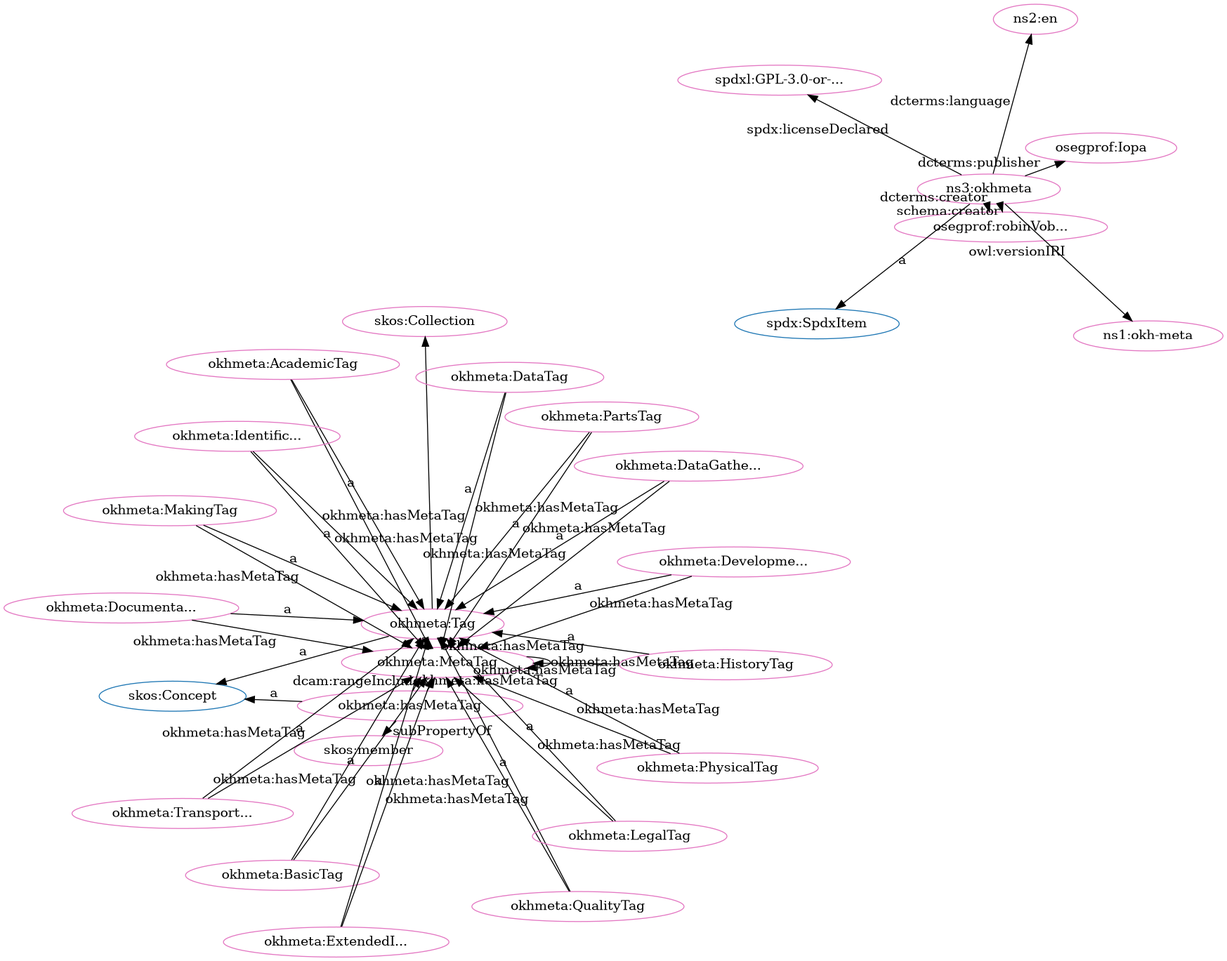
This is src/spec/fdp_okh-meta-clean.png from iop-alliance/OpenKnowHow, a Graphviz export, as it was before one commit. Its source is kept beside it as src/spec/fdp_okh-meta-clean.dot.
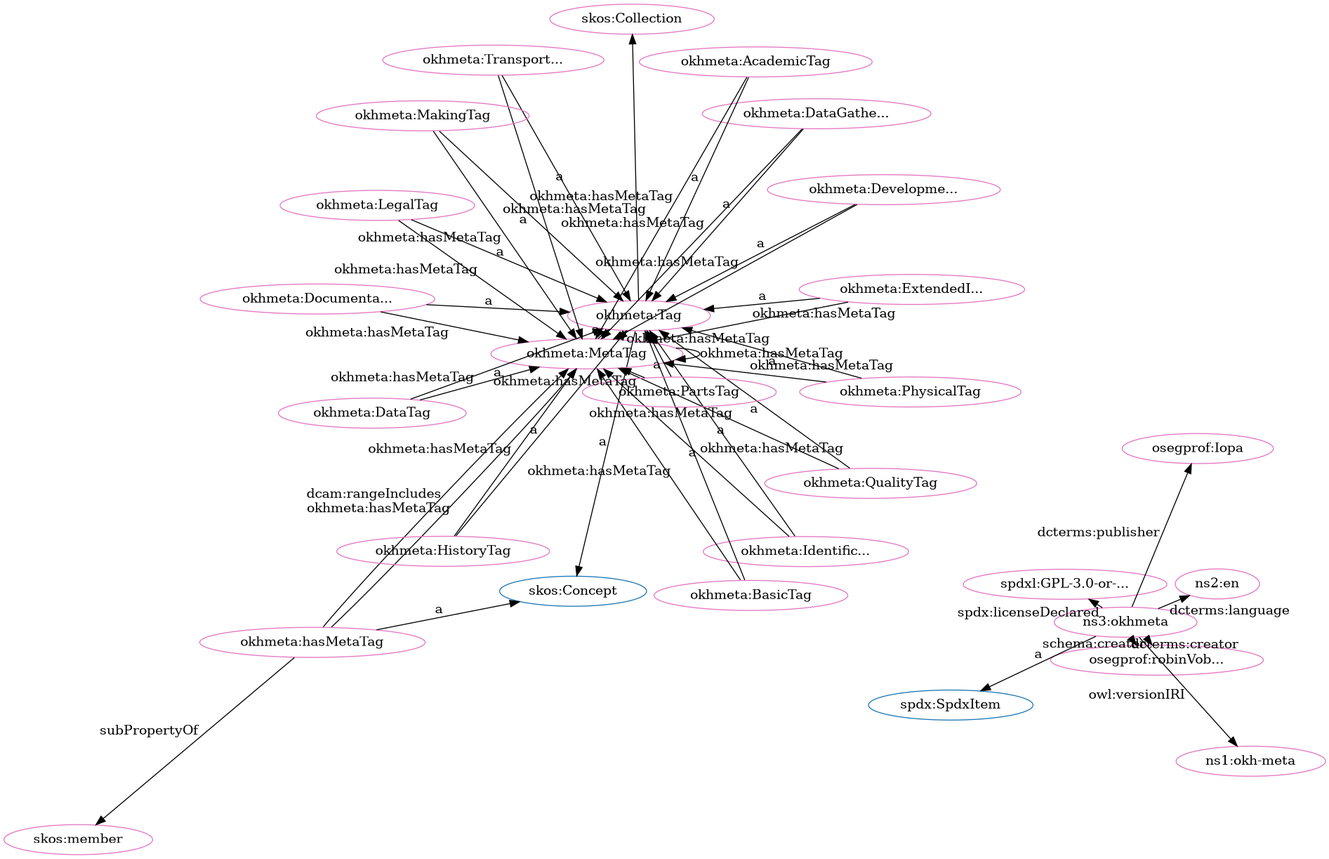
Above is the later version.

Change to the diagram source:
```diff
@@ -1,80 +1,80 @@
 digraph G {
   rankdir=BT
   node[height=.3]
+"http://www.w3.org/2004/02/skos/core#Concept" [fillcolor="#1f77b4" color="#1f77b4" label="skos:Concept"]
+"http://w3id.org/oseg/ont/okhmeta#Tag" [fillcolor="#1f77b4" color="#1f77b4" label="okhmeta:Tag"]
+"http://spdx.org/rdf/terms#SpdxItem" [fillcolor="#1f77b4" color="#1f77b4" label="spdx:SpdxItem"]
 "http://www.w3.org/2004/02/skos/core#Collection" [fillcolor="#1f77b4" color="#1f77b4" label="skos:Collection"]
-"http://w3id.org/oseg/ont/okhmeta#Tag" [fillcolor="#1f77b4" color="#1f77b4" label="okhmeta:Tag"]
-"http://www.w3.org/2004/02/skos/core#Concept" [fillcolor="#1f77b4" color="#1f77b4" label="skos:Concept"]
-"http://spdx.org/rdf/terms#SpdxItem" [fillcolor="#1f77b4" color="#1f77b4" label="spdx:SpdxItem"]
+"http://w3id.org/oseg/ont/okhmeta#hasMetaTag" [fillcolor="#e377c2" color="#e377c2" label="okhmeta:hasMetaTag"]
+"http://w3id.org/oseg/ont/okhmeta#DevelopmentTag" [fillcolor="#e377c2" color="#e377c2" label="okhmeta:Developme..."]
+"http://w3id.org/oseg/ont/okhmeta#MetaTag" [fillcolor="#e377c2" color="#e377c2" label="okhmeta:MetaTag"]
+"http://w3id.org/oseg/ont/okhmeta#LegalTag" [fillcolor="#e377c2" color="#e377c2" label="okhmeta:LegalTag"]
 "http://w3id.org/oseg/ont/1.1.0/okh-meta" [fillcolor="#e377c2" color="#e377c2" label="ns1:okh-meta"]
+"http://w3id.org/oseg/ont/okhmeta#IdentificationTag" [fillcolor="#e377c2" color="#e377c2" label="okhmeta:Identific..."]
 "http://w3id.org/oseg/ont/oseg-profiles#robinVobruba" [fillcolor="#e377c2" color="#e377c2" label="osegprof:robinVob..."]
-"http://w3id.org/oseg/ont/okhmeta#MetaTag" [fillcolor="#e377c2" color="#e377c2" label="okhmeta:MetaTag"]
+"http://w3id.org/oseg/ont/okhmeta#HistoryTag" [fillcolor="#e377c2" color="#e377c2" label="okhmeta:HistoryTag"]
+"http://spdx.org/licenses/GPL-3.0-or-later" [fillcolor="#e377c2" color="#e377c2" label="spdxl:GPL-3.0-or-..."]
+"http://w3id.org/oseg/ont/okhmeta#QualityTag" [fillcolor="#e377c2" color="#e377c2" label="okhmeta:QualityTag"]
+"http://www.w3.org/2004/02/skos/core#member" [fillcolor="#e377c2" color="#e377c2" label="skos:member"]
+"http://w3id.org/oseg/ont/oseg-profiles#Iopa" [fillcolor="#e377c2" color="#e377c2" label="osegprof:Iopa"]
+"http://id.loc.gov/vocabulary/iso639-1/en" [fillcolor="#e377c2" color="#e377c2" label="ns2:en"]
+"http://w3id.org/oseg/ont/okhmeta" [fillcolor="#e377c2" color="#e377c2" label="ns3:okhmeta"]
 "http://w3id.org/oseg/ont/okhmeta#DataTag" [fillcolor="#e377c2" color="#e377c2" label="okhmeta:DataTag"]
-"http://w3id.org/oseg/ont/okhmeta#hasMetaTag" [fillcolor="#e377c2" color="#e377c2" label="okhmeta:hasMetaTag"]
-"http://spdx.org/licenses/GPL-3.0-or-later" [fillcolor="#e377c2" color="#e377c2" label="spdxl:GPL-3.0-or-..."]
+"http://w3id.org/oseg/ont/okhmeta#DataGatheringTag" [fillcolor="#e377c2" color="#e377c2" label="okhmeta:DataGathe..."]
+"http://w3id.org/oseg/ont/okhmeta#AcademicTag" [fillcolor="#e377c2" color="#e377c2" label="okhmeta:AcademicTag"]
+"http://www.w3.org/2004/02/skos/core#Collection" [fillcolor="#e377c2" color="#e377c2" label="skos:Collection"]
+"http://w3id.org/oseg/ont/okhmeta#TransportationTag" [fillcolor="#e377c2" color="#e377c2" label="okhmeta:Transport..."]
+"http://w3id.org/oseg/ont/okhmeta#Tag" [fillcolor="#e377c2" color="#e377c2" label="okhmeta:Tag"]
+"http://w3id.org/oseg/ont/okhmeta#PhysicalTag" [fillcolor="#e377c2" color="#e377c2" label="okhmeta:PhysicalTag"]
 "http://w3id.org/oseg/ont/okhmeta#BasicTag" [fillcolor="#e377c2" color="#e377c2" label="okhmeta:BasicTag"]
+"http://w3id.org/oseg/ont/okhmeta#MakingTag" [fillcolor="#e377c2" color="#e377c2" label="okhmeta:MakingTag"]
+"http://w3id.org/oseg/ont/okhmeta#DocumentationTag" [fillcolor="#e377c2" color="#e377c2" label="okhmeta:Documenta..."]
 "http://w3id.org/oseg/ont/okhmeta#ExtendedInfoTag" [fillcolor="#e377c2" color="#e377c2" label="okhmeta:ExtendedI..."]
-"http://w3id.org/oseg/ont/okhmeta#DocumentationTag" [fillcolor="#e377c2" color="#e377c2" label="okhmeta:Documenta..."]
-"http://w3id.org/oseg/ont/okhmeta#TransportationTag" [fillcolor="#e377c2" color="#e377c2" label="okhmeta:Transport..."]
-"http://id.loc.gov/vocabulary/iso639-1/en" [fillcolor="#e377c2" color="#e377c2" label="ns2:en"]
-"http://w3id.org/oseg/ont/oseg-profiles#Iopa" [fillcolor="#e377c2" color="#e377c2" label="osegprof:Iopa"]
-"http://w3id.org/oseg/ont/okhmeta#QualityTag" [fillcolor="#e377c2" color="#e377c2" label="okhmeta:QualityTag"]
-"http://w3id.org/oseg/ont/okhmeta#HistoryTag" [fillcolor="#e377c2" color="#e377c2" label="okhmeta:HistoryTag"]
-"http://w3id.org/oseg/ont/okhmeta#AcademicTag" [fillcolor="#e377c2" color="#e377c2" label="okhmeta:AcademicTag"]
-"http://w3id.org/oseg/ont/okhmeta#DevelopmentTag" [fillcolor="#e377c2" color="#e377c2" label="okhmeta:Developme..."]
-"http://www.w3.org/2004/02/skos/core#Collection" [fillcolor="#e377c2" color="#e377c2" label="skos:Collection"]
-"http://w3id.org/oseg/ont/okhmeta#DataGatheringTag" [fillcolor="#e377c2" color="#e377c2" label="okhmeta:DataGathe..."]
-"http://w3id.org/oseg/ont/okhmeta#PhysicalTag" [fillcolor="#e377c2" color="#e377c2" label="okhmeta:PhysicalTag"]
-"http://w3id.org/oseg/ont/okhmeta#LegalTag" [fillcolor="#e377c2" color="#e377c2" label="okhmeta:LegalTag"]
-"http://w3id.org/oseg/ont/okhmeta" [fillcolor="#e377c2" color="#e377c2" label="ns3:okhmeta"]
-"http://w3id.org/oseg/ont/okhmeta#MakingTag" [fillcolor="#e377c2" color="#e377c2" label="okhmeta:MakingTag"]
-"http://w3id.org/oseg/ont/okhmeta#IdentificationTag" [fillcolor="#e377c2" color="#e377c2" label="okhmeta:Identific..."]
 "http://w3id.org/oseg/ont/okhmeta#PartsTag" [fillcolor="#e377c2" color="#e377c2" label="okhmeta:PartsTag"]
-"http://w3id.org/oseg/ont/okhmeta#Tag" [fillcolor="#e377c2" color="#e377c2" label="okhmeta:Tag"]
-"http://www.w3.org/2004/02/skos/core#member" [fillcolor="#e377c2" color="#e377c2" label="skos:member"]
+  "http://w3id.org/oseg/ont/okhmeta#AcademicTag" -> "http://w3id.org/oseg/ont/okhmeta#MetaTag" [label="okhmeta:hasMetaTag"]
+  "http://w3id.org/oseg/ont/okhmeta#DataTag" -> "http://w3id.org/oseg/ont/okhmeta#MetaTag" [label="okhmeta:hasMetaTag"]
+  "http://w3id.org/oseg/ont/okhmeta#HistoryTag" -> "http://w3id.org/oseg/ont/okhmeta#Tag" [label="a"]
+  "http://w3id.org/oseg/ont/okhmeta#DevelopmentTag" -> "http://w3id.org/oseg/ont/okhmeta#MetaTag" [label="okhmeta:hasMetaTag"]
+  "http://w3id.org/oseg/ont/okhmeta#LegalTag" -> "http://w3id.org/oseg/ont/okhmeta#MetaTag" [label="okhmeta:hasMetaTag"]
+  "http://w3id.org/oseg/ont/okhmeta" -> "http://w3id.org/oseg/ont/oseg-profiles#Iopa" [label="dcterms:publisher"]
+  "http://w3id.org/oseg/ont/okhmeta" -> "http://id.loc.gov/vocabulary/iso639-1/en" [label="dcterms:language"]
+  "http://w3id.org/oseg/ont/okhmeta" -> "http://spdx.org/rdf/terms#SpdxItem" [label="a"]
+  "http://w3id.org/oseg/ont/okhmeta#DataTag" -> "http://w3id.org/oseg/ont/okhmeta#Tag" [label="a"]
+  "http://w3id.org/oseg/ont/okhmeta#hasMetaTag" -> "http://w3id.org/oseg/ont/okhmeta#MetaTag" [label="dcam:rangeIncludes"]
+  "http://w3id.org/oseg/ont/okhmeta#IdentificationTag" -> "http://w3id.org/oseg/ont/okhmeta#MetaTag" [label="okhmeta:hasMetaTag"]
+  "http://w3id.org/oseg/ont/okhmeta#ExtendedInfoTag" -> "http://w3id.org/oseg/ont/okhmeta#MetaTag" [label="okhmeta:hasMetaTag"]
+  "http://w3id.org/oseg/ont/okhmeta#Tag" -> "http://www.w3.org/2004/02/skos/core#Concept" [label="a"]
+  "http://w3id.org/oseg/ont/okhmeta#QualityTag" -> "http://w3id.org/oseg/ont/okhmeta#MetaTag" [label="okhmeta:hasMetaTag"]
+  "http://w3id.org/oseg/ont/okhmeta#PhysicalTag" -> "http://w3id.org/oseg/ont/okhmeta#Tag" [label="a"]
+  "http://w3id.org/oseg/ont/okhmeta#MetaTag" -> "http://w3id.org/oseg/ont/okhmeta#MetaTag" [label="okhmeta:hasMetaTag"]
+  "http://w3id.org/oseg/ont/okhmeta#MakingTag" -> "http://w3id.org/oseg/ont/okhmeta#Tag" [label="a"]
+  "http://w3id.org/oseg/ont/okhmeta" -> "http://w3id.org/oseg/ont/oseg-profiles#robinVobruba" [label="schema:creator"]
+  "http://w3id.org/oseg/ont/okhmeta#PartsTag" -> "http://w3id.org/oseg/ont/okhmeta#Tag" [label="a"]
+  "http://w3id.org/oseg/ont/okhmeta#hasMetaTag" -> "http://www.w3.org/2004/02/skos/core#Concept" [label="a"]
+  "http://w3id.org/oseg/ont/okhmeta#DevelopmentTag" -> "http://w3id.org/oseg/ont/okhmeta#Tag" [label="a"]
+  "http://w3id.org/oseg/ont/okhmeta#LegalTag" -> "http://w3id.org/oseg/ont/okhmeta#Tag" [label="a"]
+  "http://w3id.org/oseg/ont/okhmeta#Tag" -> "http://w3id.org/oseg/ont/okhmeta#MetaTag" [label="okhmeta:hasMetaTag"]
+  "http://w3id.org/oseg/ont/okhmeta#DataGatheringTag" -> "http://w3id.org/oseg/ont/okhmeta#MetaTag" [label="okhmeta:hasMetaTag"]
   "http://w3id.org/oseg/ont/okhmeta" -> "http://w3id.org/oseg/ont/1.1.0/okh-meta" [label="owl:versionIRI"]
-  "http://w3id.org/oseg/ont/okhmeta" -> "http://w3id.org/oseg/ont/oseg-profiles#robinVobruba" [label="schema:creator"]
+  "http://w3id.org/oseg/ont/okhmeta#TransportationTag" -> "http://w3id.org/oseg/ont/okhmeta#MetaTag" [label="okhmeta:hasMetaTag"]
+  "http://w3id.org/oseg/ont/okhmeta#IdentificationTag" -> "http://w3id.org/oseg/ont/okhmeta#Tag" [label="a"]
+  "http://w3id.org/oseg/ont/okhmeta" -> "http://w3id.org/oseg/ont/oseg-profiles#robinVobruba" [label="dcterms:creator"]
+  "http://w3id.org/oseg/ont/okhmeta#DocumentationTag" -> "http://w3id.org/oseg/ont/okhmeta#MetaTag" [label="okhmeta:hasMetaTag"]
+  "http://w3id.org/oseg/ont/okhmeta" -> "http://spdx.org/licenses/GPL-3.0-or-later" [label="spdx:licenseDeclared"]
+  "http://w3id.org/oseg/ont/okhmeta#QualityTag" -> "http://w3id.org/oseg/ont/okhmeta#Tag" [label="a"]
+  "http://w3id.org/oseg/ont/okhmeta#MetaTag" -> "http://w3id.org/oseg/ont/okhmeta#Tag" [label="a"]
+  "http://w3id.org/oseg/ont/okhmeta#hasMetaTag" -> "http://www.w3.org/2004/02/skos/core#member" [label="subPropertyOf"]
+  "http://w3id.org/oseg/ont/okhmeta#DataGatheringTag" -> "http://w3id.org/oseg/ont/okhmeta#Tag" [label="a"]
+  "http://w3id.org/oseg/ont/okhmeta#hasMetaTag" -> "http://w3id.org/oseg/ont/okhmeta#MetaTag" [label="okhmeta:hasMetaTag"]
+  "http://w3id.org/oseg/ont/okhmeta#AcademicTag" -> "http://w3id.org/oseg/ont/okhmeta#Tag" [label="a"]
+  "http://w3id.org/oseg/ont/okhmeta#PhysicalTag" -> "http://w3id.org/oseg/ont/okhmeta#MetaTag" [label="okhmeta:hasMetaTag"]
+  "http://w3id.org/oseg/ont/okhmeta#Tag" -> "http://www.w3.org/2004/02/skos/core#Collection" [label=""]
+  "http://w3id.org/oseg/ont/okhmeta#BasicTag" -> "http://w3id.org/oseg/ont/okhmeta#MetaTag" [label="okhmeta:hasMetaTag"]
+  "http://w3id.org/oseg/ont/okhmeta#TransportationTag" -> "http://w3id.org/oseg/ont/okhmeta#Tag" [label="a"]
+  "http://w3id.org/oseg/ont/okhmeta#MakingTag" -> "http://w3id.org/oseg/ont/okhmeta#MetaTag" [label="okhmeta:hasMetaTag"]
   "http://w3id.org/oseg/ont/okhmeta#HistoryTag" -> "http://w3id.org/oseg/ont/okhmeta#MetaTag" [label="okhmeta:hasMetaTag"]
-  "http://w3id.org/oseg/ont/okhmeta" -> "http://w3id.org/oseg/ont/oseg-profiles#robinVobruba" [label="dcterms:creator"]
-  "http://w3id.org/oseg/ont/okhmeta#DataTag" -> "http://w3id.org/oseg/ont/okhmeta#Tag" [label="a"]
-  "http://w3id.org/oseg/ont/okhmeta#hasMetaTag" -> "http://www.w3.org/2004/02/skos/core#Concept" [label="a"]
+  "http://w3id.org/oseg/ont/okhmeta#PartsTag" -> "http://w3id.org/oseg/ont/okhmeta#MetaTag" [label="okhmeta:hasMetaTag"]
   "http://w3id.org/oseg/ont/okhmeta#BasicTag" -> "http://w3id.org/oseg/ont/okhmeta#Tag" [label="a"]
-  "http://w3id.org/oseg/ont/okhmeta#TransportationTag" -> "http://w3id.org/oseg/ont/okhmeta#Tag" [label="a"]
-  "http://w3id.org/oseg/ont/okhmeta" -> "http://w3id.org/oseg/ont/oseg-profiles#Iopa" [label="dcterms:publisher"]
-  "http://w3id.org/oseg/ont/okhmeta#QualityTag" -> "http://w3id.org/oseg/ont/okhmeta#Tag" [label="a"]
-  "http://w3id.org/oseg/ont/okhmeta#BasicTag" -> "http://w3id.org/oseg/ont/okhmeta#MetaTag" [label="okhmeta:hasMetaTag"]
-  "http://w3id.org/oseg/ont/okhmeta#TransportationTag" -> "http://w3id.org/oseg/ont/okhmeta#MetaTag" [label="okhmeta:hasMetaTag"]
-  "http://w3id.org/oseg/ont/okhmeta#HistoryTag" -> "http://w3id.org/oseg/ont/okhmeta#Tag" [label="a"]
-  "http://w3id.org/oseg/ont/okhmeta#AcademicTag" -> "http://w3id.org/oseg/ont/okhmeta#Tag" [label="a"]
-  "http://w3id.org/oseg/ont/okhmeta#DevelopmentTag" -> "http://w3id.org/oseg/ont/okhmeta#Tag" [label="a"]
-  "http://w3id.org/oseg/ont/okhmeta#Tag" -> "http://www.w3.org/2004/02/skos/core#Collection" [label=""]
-  "http://w3id.org/oseg/ont/okhmeta#DataGatheringTag" -> "http://w3id.org/oseg/ont/okhmeta#Tag" [label="a"]
-  "http://w3id.org/oseg/ont/okhmeta#QualityTag" -> "http://w3id.org/oseg/ont/okhmeta#MetaTag" [label="okhmeta:hasMetaTag"]
-  "http://w3id.org/oseg/ont/okhmeta#DevelopmentTag" -> "http://w3id.org/oseg/ont/okhmeta#MetaTag" [label="okhmeta:hasMetaTag"]
-  "http://w3id.org/oseg/ont/okhmeta#DataGatheringTag" -> "http://w3id.org/oseg/ont/okhmeta#MetaTag" [label="okhmeta:hasMetaTag"]
-  "http://w3id.org/oseg/ont/okhmeta#MakingTag" -> "http://w3id.org/oseg/ont/okhmeta#Tag" [label="a"]
-  "http://w3id.org/oseg/ont/okhmeta#MetaTag" -> "http://w3id.org/oseg/ont/okhmeta#MetaTag" [label="okhmeta:hasMetaTag"]
-  "http://w3id.org/oseg/ont/okhmeta#Tag" -> "http://www.w3.org/2004/02/skos/core#Concept" [label="a"]
-  "http://w3id.org/oseg/ont/okhmeta#hasMetaTag" -> "http://www.w3.org/2004/02/skos/core#member" [label="subPropertyOf"]
-  "http://w3id.org/oseg/ont/okhmeta" -> "http://spdx.org/licenses/GPL-3.0-or-later" [label="spdx:licenseDeclared"]
-  "http://w3id.org/oseg/ont/okhmeta#PartsTag" -> "http://w3id.org/oseg/ont/okhmeta#MetaTag" [label="okhmeta:hasMetaTag"]
+  "http://w3id.org/oseg/ont/okhmeta#DocumentationTag" -> "http://w3id.org/oseg/ont/okhmeta#Tag" [label="a"]
   "http://w3id.org/oseg/ont/okhmeta#ExtendedInfoTag" -> "http://w3id.org/oseg/ont/okhmeta#Tag" [label="a"]
-  "http://w3id.org/oseg/ont/okhmeta#MetaTag" -> "http://w3id.org/oseg/ont/okhmeta#Tag" [label="a"]
-  "http://w3id.org/oseg/ont/okhmeta#Tag" -> "http://w3id.org/oseg/ont/okhmeta#MetaTag" [label="okhmeta:hasMetaTag"]
-  "http://w3id.org/oseg/ont/okhmeta#AcademicTag" -> "http://w3id.org/oseg/ont/okhmeta#MetaTag" [label="okhmeta:hasMetaTag"]
-  "http://w3id.org/oseg/ont/okhmeta#DocumentationTag" -> "http://w3id.org/oseg/ont/okhmeta#Tag" [label="a"]
-  "http://w3id.org/oseg/ont/okhmeta" -> "http://id.loc.gov/vocabulary/iso639-1/en" [label="dcterms:language"]
-  "http://w3id.org/oseg/ont/okhmeta#hasMetaTag" -> "http://w3id.org/oseg/ont/okhmeta#MetaTag" [label="okhmeta:hasMetaTag"]
-  "http://w3id.org/oseg/ont/okhmeta#ExtendedInfoTag" -> "http://w3id.org/oseg/ont/okhmeta#MetaTag" [label="okhmeta:hasMetaTag"]
-  "http://w3id.org/oseg/ont/okhmeta#PhysicalTag" -> "http://w3id.org/oseg/ont/okhmeta#MetaTag" [label="okhmeta:hasMetaTag"]
-  "http://w3id.org/oseg/ont/okhmeta#DocumentationTag" -> "http://w3id.org/oseg/ont/okhmeta#MetaTag" [label="okhmeta:hasMetaTag"]
-  "http://w3id.org/oseg/ont/okhmeta#MakingTag" -> "http://w3id.org/oseg/ont/okhmeta#MetaTag" [label="okhmeta:hasMetaTag"]
-  "http://w3id.org/oseg/ont/okhmeta#PhysicalTag" -> "http://w3id.org/oseg/ont/okhmeta#Tag" [label="a"]
-  "http://w3id.org/oseg/ont/okhmeta#LegalTag" -> "http://w3id.org/oseg/ont/okhmeta#Tag" [label="a"]
-  "http://w3id.org/oseg/ont/okhmeta#IdentificationTag" -> "http://w3id.org/oseg/ont/okhmeta#MetaTag" [label="okhmeta:hasMetaTag"]
-  "http://w3id.org/oseg/ont/okhmeta" -> "http://spdx.org/rdf/terms#SpdxItem" [label="a"]
-  "http://w3id.org/oseg/ont/okhmeta#LegalTag" -> "http://w3id.org/oseg/ont/okhmeta#MetaTag" [label="okhmeta:hasMetaTag"]
-  "http://w3id.org/oseg/ont/okhmeta#DataTag" -> "http://w3id.org/oseg/ont/okhmeta#MetaTag" [label="okhmeta:hasMetaTag"]
-  "http://w3id.org/oseg/ont/okhmeta#IdentificationTag" -> "http://w3id.org/oseg/ont/okhmeta#Tag" [label="a"]
-  "http://w3id.org/oseg/ont/okhmeta#hasMetaTag" -> "http://w3id.org/oseg/ont/okhmeta#MetaTag" [label="dcam:rangeIncludes"]
-  "http://w3id.org/oseg/ont/okhmeta#PartsTag" -> "http://w3id.org/oseg/ont/okhmeta#Tag" [label="a"]
 }
```
